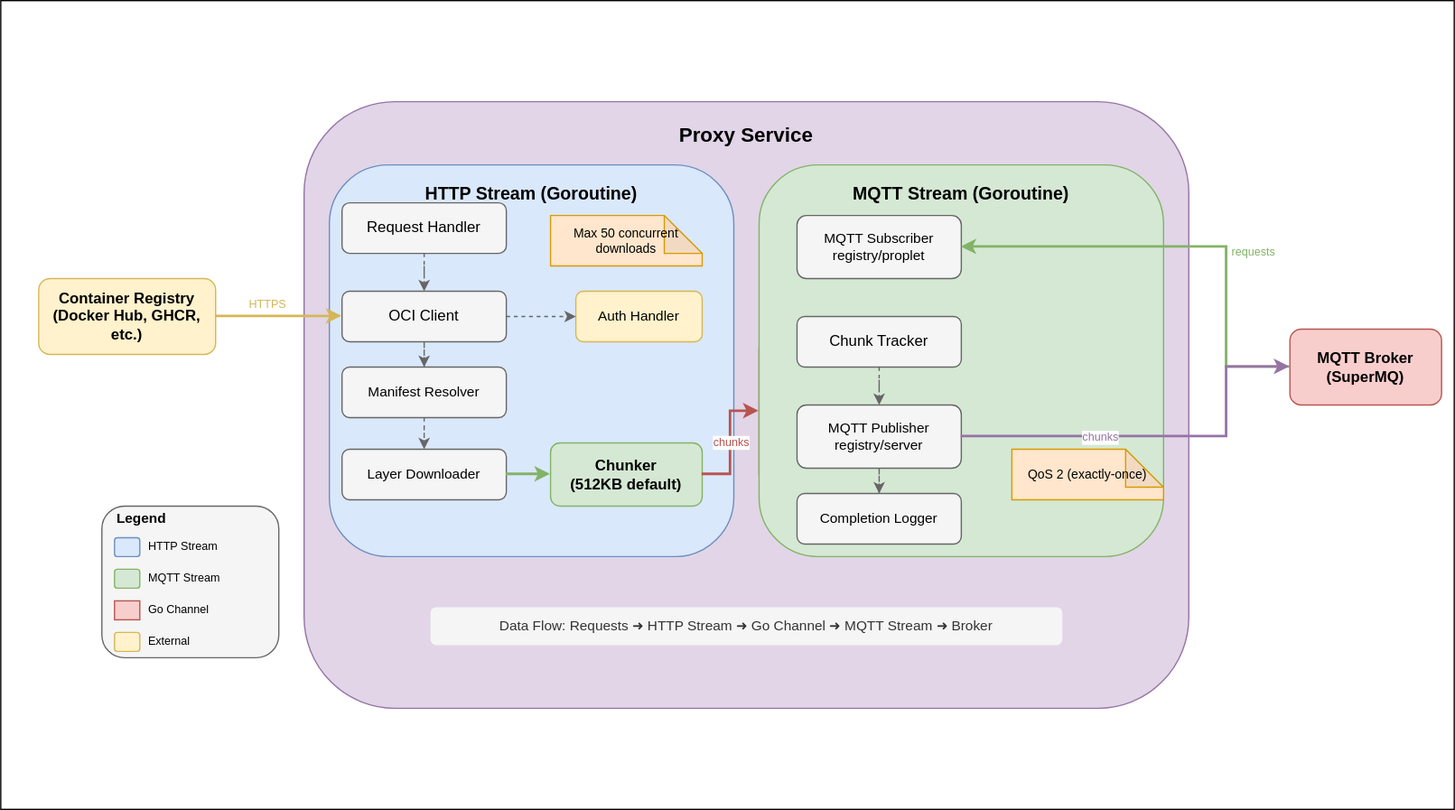
Before: content/docs/images/proxy/architecture.svg, a diagram exported from draw.io (absmach/propeller-website). Source tidied: cells renumbered, new cells last; positions are measured from the earlier drawing's top-left corner, leaving out a move shared by most shapes. Source of this version:
```xml
<mxGraphModel>
  <root>
    <mxCell id="0" />
    <mxCell id="1" parent="0" />
    <mxCell id="2" style="rounded=0;whiteSpace=wrap;html=1;" parent="1" vertex="1">
      <mxGeometry width="1150" height="640" as="geometry" />
    </mxCell>
    <mxCell id="3" value="Proxy Service" style="rounded=1;whiteSpace=wrap;html=1;fillColor=#e1d5e7;strokeColor=#9673a6;fontStyle=1;fontSize=16;verticalAlign=top;spacingTop=10;dashed=0;" parent="1" vertex="1">
      <mxGeometry x="240" y="80" width="700" height="480" as="geometry" />
    </mxCell>
    <mxCell id="4" value="HTTP Stream (Goroutine)" style="rounded=1;whiteSpace=wrap;html=1;fillColor=#dae8fc;strokeColor=#6c8ebf;fontStyle=1;fontSize=14;verticalAlign=top;spacingTop=8;" parent="1" vertex="1">
      <mxGeometry x="260" y="130" width="320" height="310" as="geometry" />
    </mxCell>
    <mxCell id="5" value="Request Handler" style="rounded=1;whiteSpace=wrap;html=1;fillColor=#f5f5f5;strokeColor=#666666;fontSize=12;" parent="1" vertex="1">
      <mxGeometry x="270" y="160" width="130" height="40" as="geometry" />
    </mxCell>
    <mxCell id="6" value="OCI Client" style="rounded=1;whiteSpace=wrap;html=1;fillColor=#f5f5f5;strokeColor=#666666;fontSize=12;" parent="1" vertex="1">
      <mxGeometry x="270" y="230" width="130" height="40" as="geometry" />
    </mxCell>
    <mxCell id="7" value="Auth Handler" style="rounded=1;whiteSpace=wrap;html=1;fillColor=#fff2cc;strokeColor=#d6b656;fontSize=11;" parent="1" vertex="1">
      <mxGeometry x="455" y="230" width="100" height="40" as="geometry" />
    </mxCell>
    <mxCell id="8" value="Manifest Resolver" style="rounded=1;whiteSpace=wrap;html=1;fillColor=#f5f5f5;strokeColor=#666666;fontSize=11;" parent="1" vertex="1">
      <mxGeometry x="270" y="290" width="130" height="40" as="geometry" />
    </mxCell>
    <mxCell id="9" value="Layer Downloader" style="rounded=1;whiteSpace=wrap;html=1;fillColor=#f5f5f5;strokeColor=#666666;fontSize=11;" parent="1" vertex="1">
      <mxGeometry x="270" y="355" width="130" height="40" as="geometry" />
    </mxCell>
    <mxCell id="10" value="Chunker&#10;(512KB default)" style="rounded=1;whiteSpace=wrap;html=1;fillColor=#d5e8d4;strokeColor=#82b366;fontSize=12;fontStyle=1;" parent="1" vertex="1">
      <mxGeometry x="435" y="350" width="120" height="50" as="geometry" />
    </mxCell>
    <mxCell id="11" value="Max 50 concurrent downloads" style="shape=note;whiteSpace=wrap;html=1;backgroundOutline=1;darkOpacity=0.05;fillColor=#ffe6cc;strokeColor=#d79b00;fontSize=10;align=center;" parent="1" vertex="1">
      <mxGeometry x="435" y="170" width="120" height="40" as="geometry" />
    </mxCell>
    <mxCell id="12" value="Go Channel" style="rounded=0;whiteSpace=wrap;html=1;fillColor=#f8cecc;strokeColor=#b85450;fontSize=12;fontStyle=1;rotation=90;" parent="1" vertex="1">
      <mxGeometry x="565" y="310" width="100" height="30" as="geometry" />
    </mxCell>
    <mxCell id="13" value="MQTT Stream (Goroutine)" style="rounded=1;whiteSpace=wrap;html=1;fillColor=#d5e8d4;strokeColor=#82b366;fontStyle=1;fontSize=14;verticalAlign=top;spacingTop=8;" parent="1" vertex="1">
      <mxGeometry x="600" y="130" width="320" height="310" as="geometry" />
    </mxCell>
    <mxCell id="14" value="MQTT Subscriber&#10;registry/proplet" style="rounded=1;whiteSpace=wrap;html=1;fillColor=#f5f5f5;strokeColor=#666666;fontSize=11;" parent="1" vertex="1">
      <mxGeometry x="630" y="170" width="130" height="50" as="geometry" />
    </mxCell>
    <mxCell id="15" value="Chunk Tracker" style="rounded=1;whiteSpace=wrap;html=1;fillColor=#f5f5f5;strokeColor=#666666;fontSize=12;" parent="1" vertex="1">
      <mxGeometry x="630" y="250" width="130" height="40" as="geometry" />
    </mxCell>
    <mxCell id="16" value="MQTT Publisher&#10;registry/server" style="rounded=1;whiteSpace=wrap;html=1;fillColor=#f5f5f5;strokeColor=#666666;fontSize=11;" parent="1" vertex="1">
      <mxGeometry x="630" y="320" width="130" height="50" as="geometry" />
    </mxCell>
    <mxCell id="17" value="Completion Logger" style="rounded=1;whiteSpace=wrap;html=1;fillColor=#f5f5f5;strokeColor=#666666;fontSize=11;" parent="1" vertex="1">
      <mxGeometry x="630" y="390" width="130" height="40" as="geometry" />
    </mxCell>
    <mxCell id="18" value="QoS 2 (exactly-once)" style="shape=note;whiteSpace=wrap;html=1;backgroundOutline=1;darkOpacity=0.05;fillColor=#ffe6cc;strokeColor=#d79b00;fontSize=10;align=center;" parent="1" vertex="1">
      <mxGeometry x="800" y="355" width="120" height="40" as="geometry" />
    </mxCell>
    <mxCell id="19" value="Container Registry&#10;(Docker Hub, GHCR, etc.)" style="rounded=1;whiteSpace=wrap;html=1;fillColor=#fff2cc;strokeColor=#d6b656;fontStyle=1;fontSize=12;" parent="1" vertex="1">
      <mxGeometry x="30" y="220" width="140" height="60" as="geometry" />
    </mxCell>
    <mxCell id="20" value="MQTT Broker&#10;(SuperMQ)" style="rounded=1;whiteSpace=wrap;html=1;fillColor=#f8cecc;strokeColor=#b85450;fontStyle=1;fontSize=12;" parent="1" vertex="1">
      <mxGeometry x="1020" y="260" width="120" height="60" as="geometry" />
    </mxCell>
    <mxCell id="21" style="edgeStyle=orthogonalEdgeStyle;rounded=0;jettySize=auto;html=1;strokeWidth=2;strokeColor=#d6b656;" parent="1" edge="1" source="19" target="6">
      <mxGeometry relative="1" as="geometry" />
    </mxCell>
    <mxCell id="22" value="HTTPS" style="edgeLabel;html=1;align=center;verticalAlign=middle;fontSize=9;fontColor=#d6b656;" parent="21" vertex="1">
      <mxGeometry x="-0.2" relative="1" as="geometry">
        <mxPoint y="-10" as="offset" />
      </mxGeometry>
    </mxCell>
    <mxCell id="23" style="edgeStyle=orthogonalEdgeStyle;rounded=0;jettySize=auto;html=1;strokeWidth=1;strokeColor=#666666;dashed=1;" parent="1" edge="1" source="5" target="6">
      <mxGeometry relative="1" as="geometry" />
    </mxCell>
    <mxCell id="24" style="edgeStyle=orthogonalEdgeStyle;rounded=0;jettySize=auto;html=1;strokeWidth=1;strokeColor=#666666;dashed=1;" parent="1" edge="1" source="6" target="7">
      <mxGeometry relative="1" as="geometry" />
    </mxCell>
    <mxCell id="25" style="edgeStyle=orthogonalEdgeStyle;rounded=0;jettySize=auto;html=1;strokeWidth=1;strokeColor=#666666;dashed=1;" parent="1" edge="1" source="6" target="8">
      <mxGeometry relative="1" as="geometry" />
    </mxCell>
    <mxCell id="26" style="edgeStyle=orthogonalEdgeStyle;rounded=0;jettySize=auto;html=1;strokeWidth=1;strokeColor=#666666;dashed=1;" parent="1" edge="1" source="8" target="9">
      <mxGeometry relative="1" as="geometry" />
    </mxCell>
    <mxCell id="27" style="edgeStyle=orthogonalEdgeStyle;rounded=0;jettySize=auto;html=1;strokeWidth=2;strokeColor=#82b366;" parent="1" edge="1" source="9" target="10">
      <mxGeometry relative="1" as="geometry" />
    </mxCell>
    <mxCell id="28" style="edgeStyle=orthogonalEdgeStyle;rounded=0;jettySize=auto;html=1;strokeWidth=2;strokeColor=#b85450;" parent="1" edge="1" source="10" target="12">
      <mxGeometry relative="1" as="geometry" />
    </mxCell>
    <mxCell id="29" value="chunks" style="edgeLabel;html=1;align=center;verticalAlign=middle;fontSize=9;fontColor=#b85450;" parent="28" vertex="1">
      <mxGeometry x="-0.2" relative="1" as="geometry">
        <mxPoint y="-10" as="offset" />
      </mxGeometry>
    </mxCell>
    <mxCell id="30" style="edgeStyle=orthogonalEdgeStyle;rounded=0;jettySize=auto;html=1;strokeWidth=1;strokeColor=#666666;dashed=1;" parent="1" edge="1" source="15" target="16">
      <mxGeometry relative="1" as="geometry" />
    </mxCell>
    <mxCell id="31" style="edgeStyle=orthogonalEdgeStyle;rounded=0;jettySize=auto;html=1;strokeWidth=1;strokeColor=#666666;dashed=1;" parent="1" edge="1" source="16" target="17">
      <mxGeometry relative="1" as="geometry" />
    </mxCell>
    <mxCell id="32" style="edgeStyle=orthogonalEdgeStyle;rounded=0;jettySize=auto;html=1;strokeWidth=2;strokeColor=#82b366;" parent="1" edge="1" source="20" target="14">
      <mxGeometry relative="1" as="geometry">
        <Array as="points">
          <mxPoint x="970" y="290" />
          <mxPoint x="970" y="195" />
        </Array>
      </mxGeometry>
    </mxCell>
    <mxCell id="33" value="requests" style="edgeLabel;html=1;align=center;verticalAlign=middle;fontSize=9;fontColor=#82b366;" parent="32" vertex="1">
      <mxGeometry x="-0.2" relative="1" as="geometry">
        <mxPoint x="20" as="offset" />
      </mxGeometry>
    </mxCell>
    <mxCell id="34" style="edgeStyle=orthogonalEdgeStyle;rounded=0;jettySize=auto;html=1;strokeWidth=2;strokeColor=#9673a6;" parent="1" edge="1" source="16" target="20">
      <mxGeometry relative="1" as="geometry">
        <Array as="points">
          <mxPoint x="970" y="345" />
          <mxPoint x="970" y="290" />
        </Array>
      </mxGeometry>
    </mxCell>
    <mxCell id="35" value="chunks" style="edgeLabel;html=1;align=center;verticalAlign=middle;fontSize=9;fontColor=#9673a6;" parent="34" vertex="1">
      <mxGeometry x="-0.5" relative="1" as="geometry">
        <mxPoint x="30" as="offset" />
      </mxGeometry>
    </mxCell>
    <mxCell id="36" value="Data Flow: Requests ➜ HTTP Stream ➜ Go Channel ➜ MQTT Stream ➜ Broker" style="text;html=1;strokeColor=none;fillColor=#f5f5f5;align=center;verticalAlign=middle;whiteSpace=wrap;rounded=1;fontSize=11;fontColor=#333333;" parent="1" vertex="1">
      <mxGeometry x="340" y="480" width="500" height="30" as="geometry" />
    </mxCell>
    <mxCell id="37" style="rounded=1;whiteSpace=wrap;html=1;fillColor=#f5f5f5;strokeColor=#666666;strokeWidth=1;" parent="1" vertex="1">
      <mxGeometry x="80" y="400" width="140" height="120" as="geometry" />
    </mxCell>
    <mxCell id="38" value="Legend" style="text;html=1;strokeColor=none;fillColor=none;align=left;verticalAlign=middle;whiteSpace=wrap;rounded=0;fontSize=11;fontStyle=1;" parent="1" vertex="1">
      <mxGeometry x="90" y="400" width="60" height="20" as="geometry" />
    </mxCell>
    <mxCell id="39" style="rounded=1;whiteSpace=wrap;html=1;fillColor=#dae8fc;strokeColor=#6c8ebf;fontSize=10;" parent="1" vertex="1">
      <mxGeometry x="90" y="425" width="20" height="15" as="geometry" />
    </mxCell>
    <mxCell id="40" value="HTTP Stream" style="text;html=1;strokeColor=none;fillColor=none;align=left;verticalAlign=middle;whiteSpace=wrap;rounded=0;fontSize=9;" parent="1" vertex="1">
      <mxGeometry x="115" y="422" width="80" height="20" as="geometry" />
    </mxCell>
    <mxCell id="41" style="rounded=1;whiteSpace=wrap;html=1;fillColor=#d5e8d4;strokeColor=#82b366;fontSize=10;" parent="1" vertex="1">
      <mxGeometry x="90" y="450" width="20" height="15" as="geometry" />
    </mxCell>
    <mxCell id="42" value="MQTT Stream" style="text;html=1;strokeColor=none;fillColor=none;align=left;verticalAlign=middle;whiteSpace=wrap;rounded=0;fontSize=9;" parent="1" vertex="1">
      <mxGeometry x="115" y="447" width="80" height="20" as="geometry" />
    </mxCell>
    <mxCell id="43" style="rounded=0;whiteSpace=wrap;html=1;fillColor=#f8cecc;strokeColor=#b85450;fontSize=10;" parent="1" vertex="1">
      <mxGeometry x="90" y="475" width="20" height="15" as="geometry" />
    </mxCell>
    <mxCell id="44" value="Go Channel" style="text;html=1;strokeColor=none;fillColor=none;align=left;verticalAlign=middle;whiteSpace=wrap;rounded=0;fontSize=9;" parent="1" vertex="1">
      <mxGeometry x="115" y="472" width="80" height="20" as="geometry" />
    </mxCell>
    <mxCell id="45" style="rounded=1;whiteSpace=wrap;html=1;fillColor=#fff2cc;strokeColor=#d6b656;fontSize=10;" parent="1" vertex="1">
      <mxGeometry x="90" y="500" width="20" height="15" as="geometry" />
    </mxCell>
    <mxCell id="46" value="External" style="text;html=1;strokeColor=none;fillColor=none;align=left;verticalAlign=middle;whiteSpace=wrap;rounded=0;fontSize=9;" parent="1" vertex="1">
      <mxGeometry x="115" y="497" width="80" height="20" as="geometry" />
    </mxCell>
  </root>
</mxGraphModel>
```
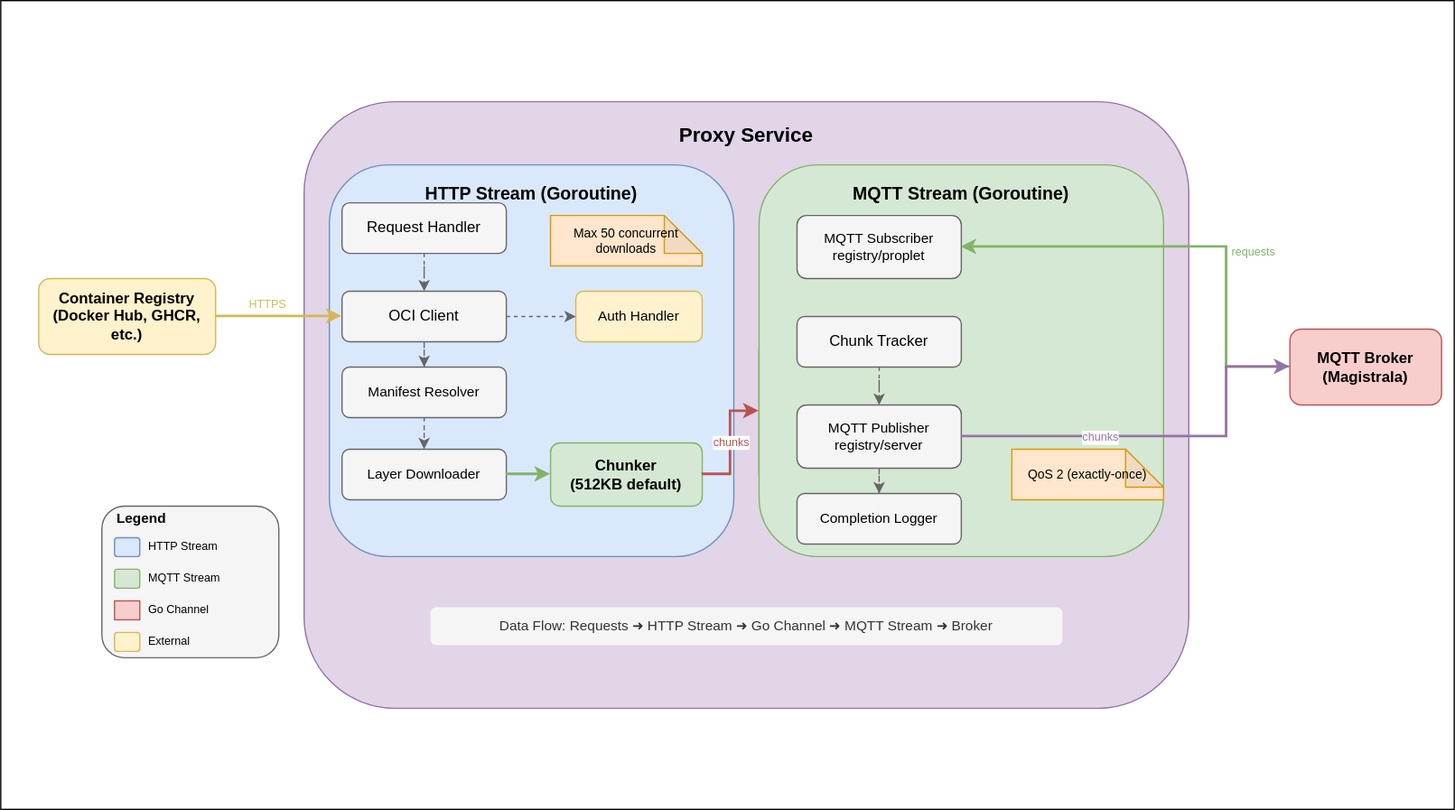
After the commit.

Change to the diagram source:
```diff
@@ -56,7 +56,7 @@
     <mxCell id="19" value="Container Registry&#10;(Docker Hub, GHCR, etc.)" style="rounded=1;whiteSpace=wrap;html=1;fillColor=#fff2cc;strokeColor=#d6b656;fontStyle=1;fontSize=12;" parent="1" vertex="1">
       <mxGeometry x="30" y="220" width="140" height="60" as="geometry" />
     </mxCell>
-    <mxCell id="20" value="MQTT Broker&#10;(SuperMQ)" style="rounded=1;whiteSpace=wrap;html=1;fillColor=#f8cecc;strokeColor=#b85450;fontStyle=1;fontSize=12;" parent="1" vertex="1">
+    <mxCell id="20" value="MQTT Broker&#10;(Magistrala)" style="rounded=1;whiteSpace=wrap;html=1;fillColor=#f8cecc;strokeColor=#b85450;fontStyle=1;fontSize=12;" parent="1" vertex="1">
       <mxGeometry x="1020" y="260" width="120" height="60" as="geometry" />
     </mxCell>
     <mxCell id="21" style="edgeStyle=orthogonalEdgeStyle;rounded=0;jettySize=auto;html=1;strokeWidth=2;strokeColor=#d6b656;" parent="1" edge="1" source="19" target="6">
```
